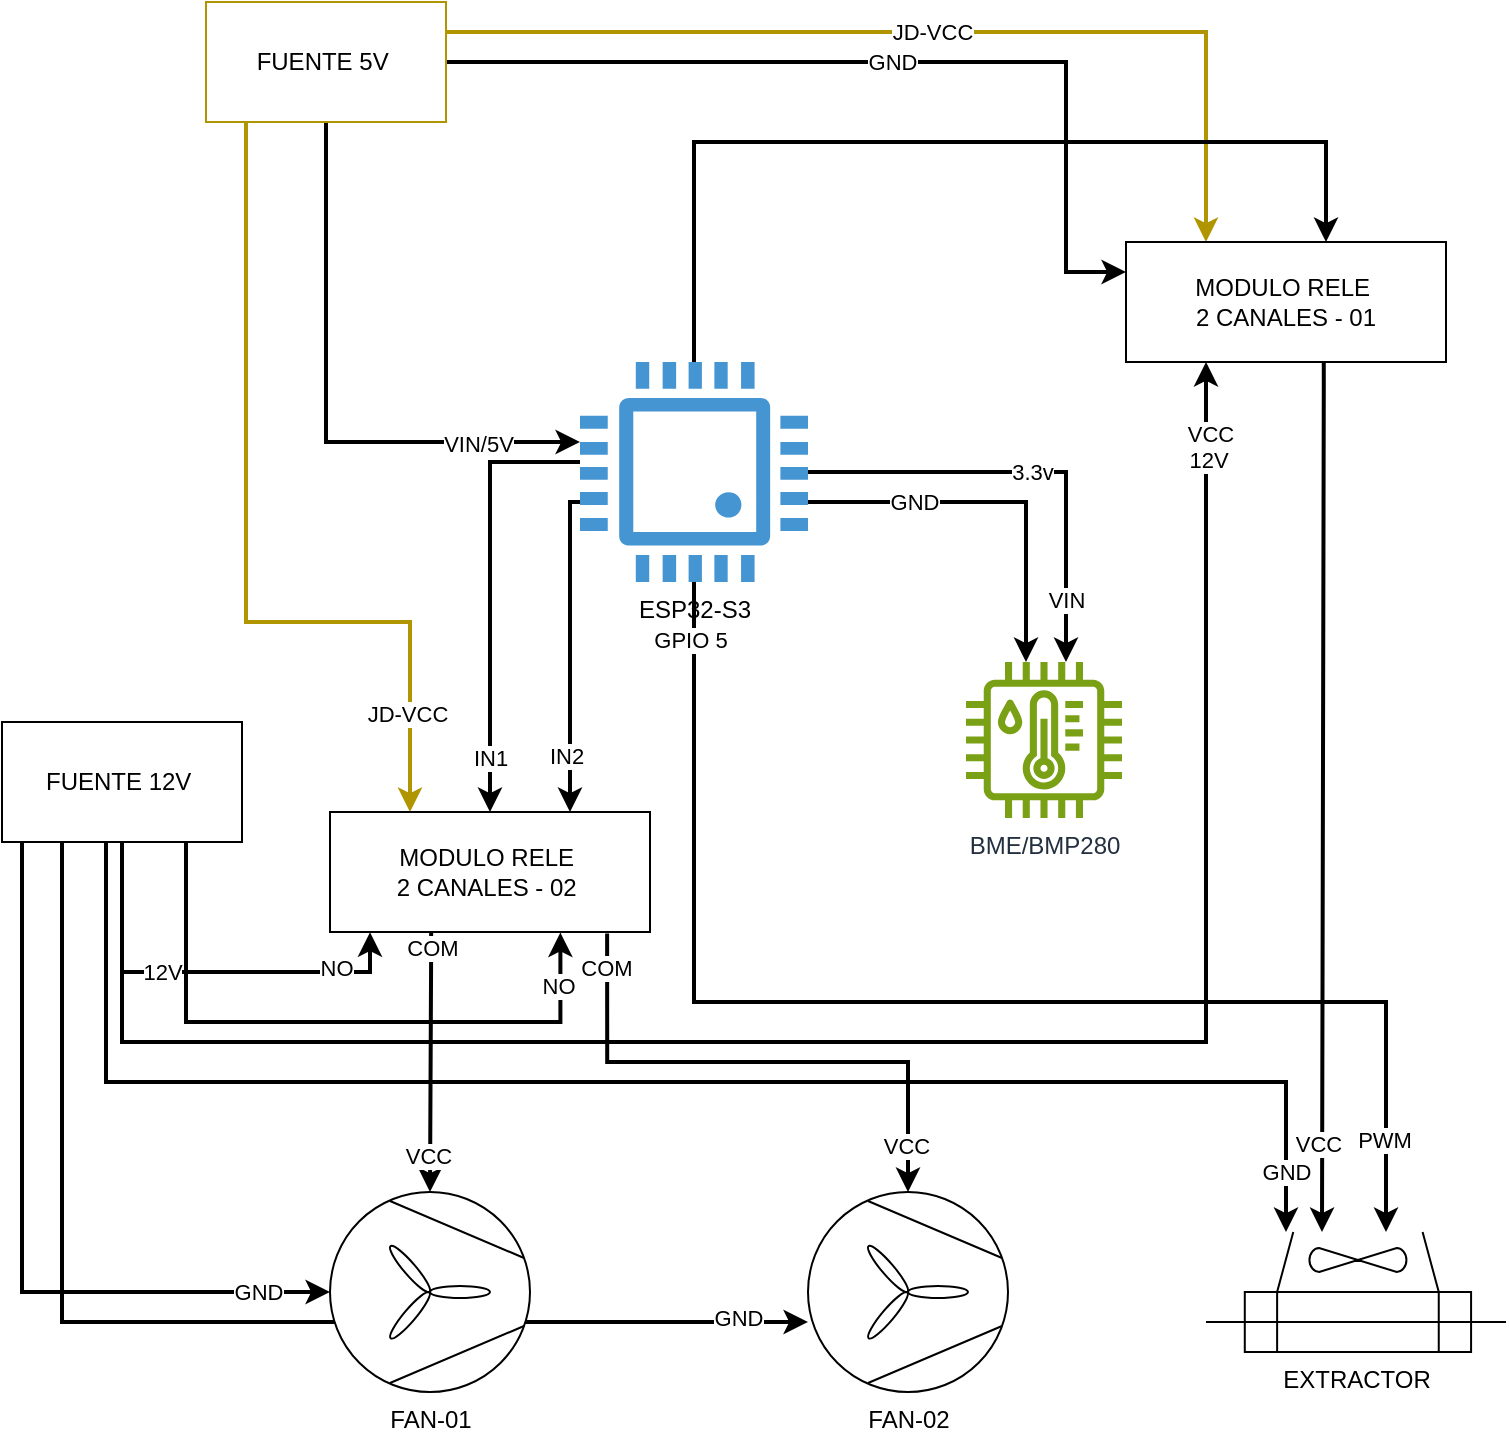
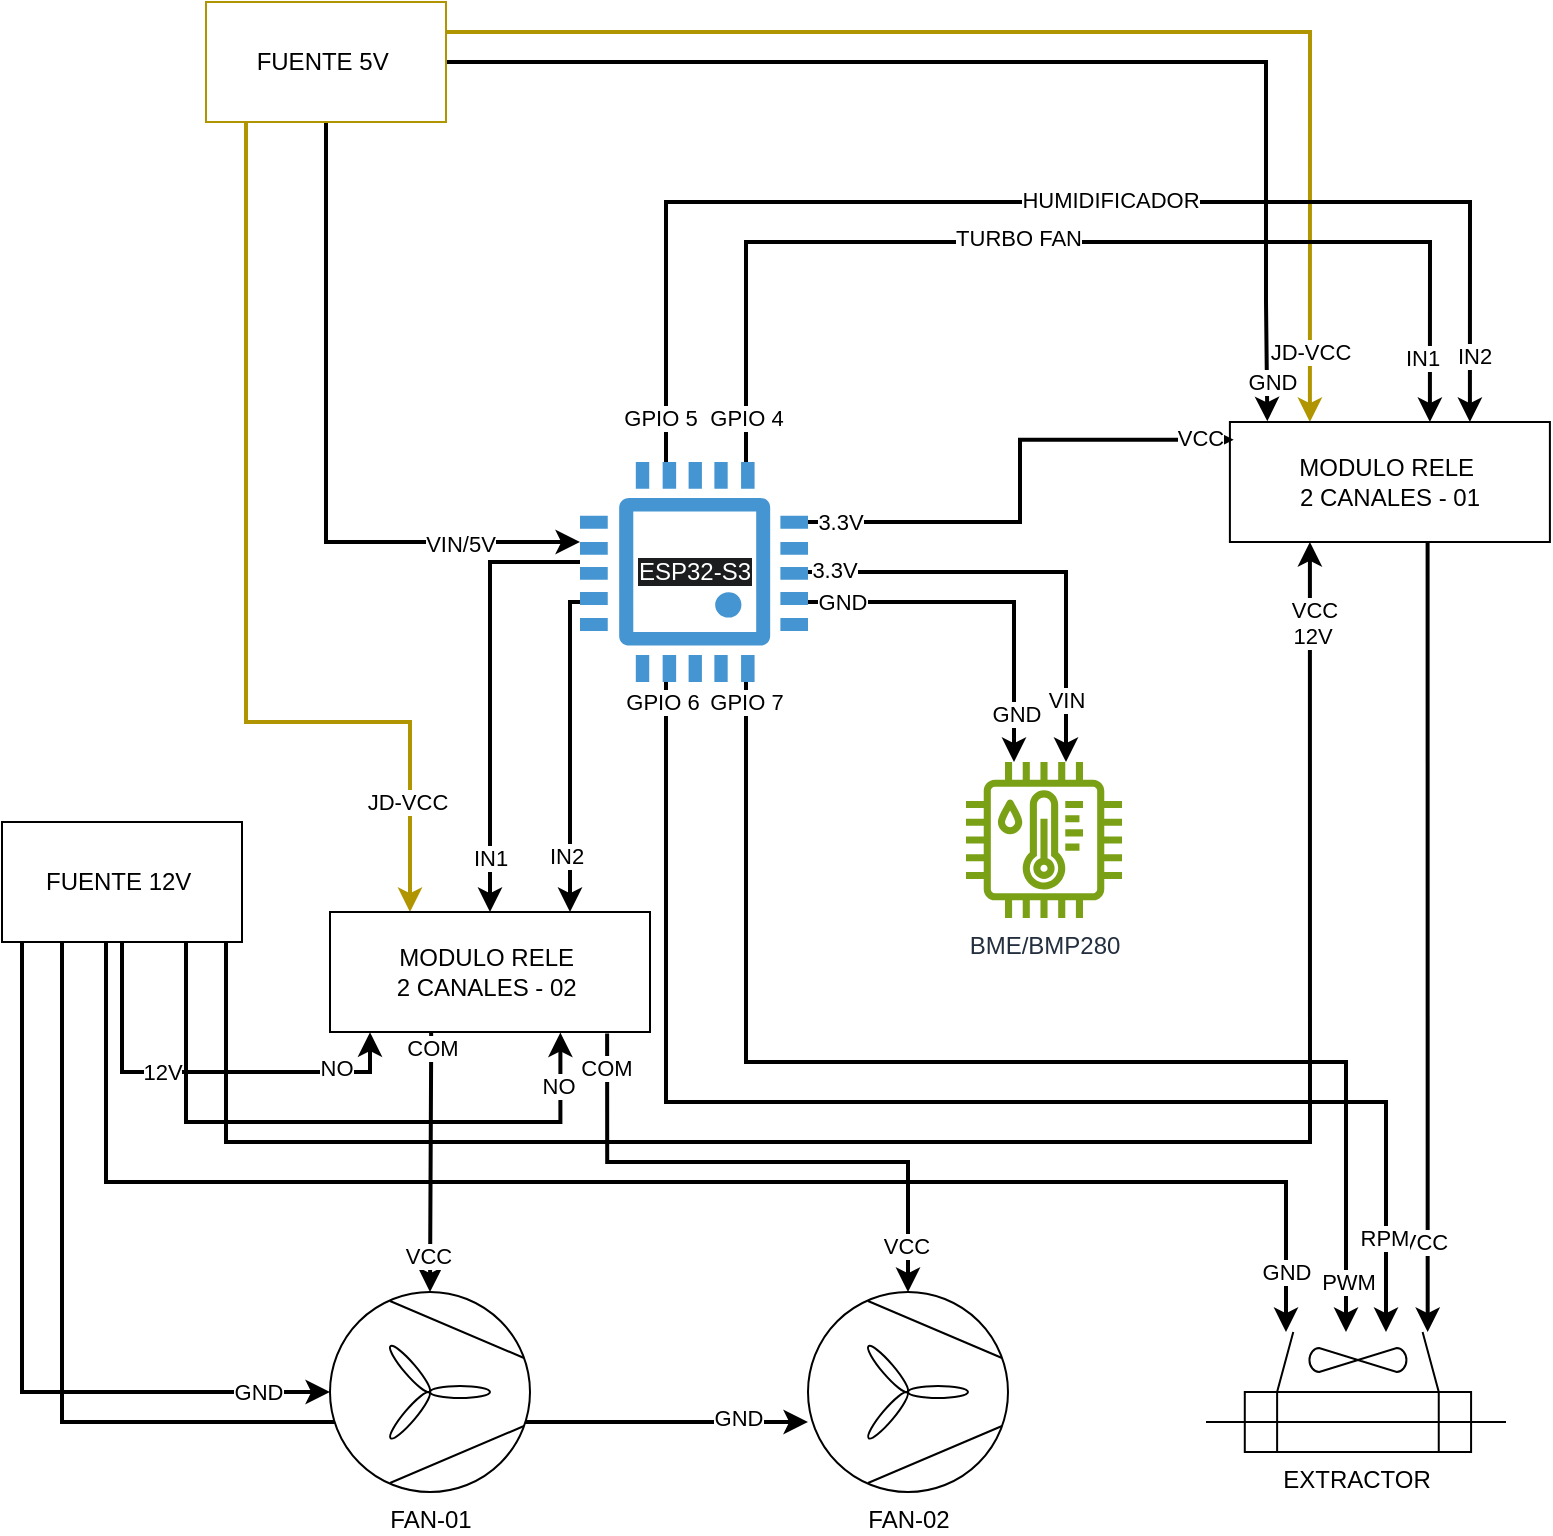
<mxfile host="app.diagrams.net">
  <diagram name="Página-1" id="koUn4hIdyBtjUtpu3TXn">
-     <mxGraphModel dx="1763" dy="513" grid="1" gridSize="10" guides="1" tooltips="1" connect="1" arrows="1" fold="1" page="1" pageScale="1" pageWidth="827" pageHeight="1169" math="0" shadow="0">
+     <mxGraphModel dx="1857" dy="564" grid="1" gridSize="10" guides="1" tooltips="1" connect="1" arrows="1" fold="1" page="1" pageScale="1" pageWidth="827" pageHeight="1169" math="0" shadow="0">
      <root>
        <mxCell id="0" />
        <mxCell id="1" parent="0" />
+         <mxCell id="JcPs1KeFLbjiR-1g2Z5X-6" edge="1" parent="1" source="JcPs1KeFLbjiR-1g2Z5X-1" style="edgeStyle=orthogonalEdgeStyle;rounded=0;orthogonalLoop=1;jettySize=auto;html=1;exitX=1;exitY=0.25;exitDx=0;exitDy=0;entryX=0.25;entryY=0;entryDx=0;entryDy=0;fillColor=#e3c800;strokeColor=light-dark(#B09500,#FFFF33);strokeWidth=2;" target="JcPs1KeFLbjiR-1g2Z5X-2" value="">
+           <mxGeometry relative="1" as="geometry">
+             <mxPoint x="251.95" y="185" as="sourcePoint" />
+           </mxGeometry>
+         </mxCell>
+         <mxCell id="-57AGY_NIGQAZNsNdCAg-20" connectable="0" parent="JcPs1KeFLbjiR-1g2Z5X-6" style="edgeLabel;html=1;align=center;verticalAlign=middle;resizable=0;points=[];" value="JD-VCC" vertex="1">
+           <mxGeometry relative="1" x="0.8871" as="geometry">
+             <mxPoint as="offset" />
+           </mxGeometry>
+         </mxCell>
+         <mxCell id="JcPs1KeFLbjiR-1g2Z5X-10" edge="1" parent="1" source="JcPs1KeFLbjiR-1g2Z5X-1" style="edgeStyle=orthogonalEdgeStyle;rounded=0;orthogonalLoop=1;jettySize=auto;html=1;entryX=0.117;entryY=-0.006;entryDx=0;entryDy=0;strokeWidth=2;exitX=1;exitY=0.5;exitDx=0;exitDy=0;entryPerimeter=0;" target="JcPs1KeFLbjiR-1g2Z5X-2" value="">
+           <mxGeometry relative="1" x="0.0006" as="geometry">
+             <mxPoint as="offset" />
+             <Array as="points">
+               <mxPoint x="610" y="150" />
+               <mxPoint x="610" y="270" />
+               <mxPoint x="611" y="270" />
+             </Array>
+             <mxPoint x="260" y="200" as="sourcePoint" />
+           </mxGeometry>
+         </mxCell>
+         <mxCell id="-57AGY_NIGQAZNsNdCAg-32" connectable="0" parent="JcPs1KeFLbjiR-1g2Z5X-10" style="edgeLabel;html=1;align=center;verticalAlign=middle;resizable=0;points=[];" value="GND" vertex="1">
+           <mxGeometry relative="1" x="0.9315" y="2" as="geometry">
+             <mxPoint as="offset" />
+           </mxGeometry>
+         </mxCell>
        <mxCell id="JcPs1KeFLbjiR-1g2Z5X-59" edge="1" parent="1" source="JcPs1KeFLbjiR-1g2Z5X-8" style="edgeStyle=orthogonalEdgeStyle;rounded=0;orthogonalLoop=1;jettySize=auto;html=1;entryX=0.72;entryY=1.005;entryDx=0;entryDy=0;entryPerimeter=0;strokeWidth=2;strokeColor=light-dark(#000000,#FF3333);" target="JcPs1KeFLbjiR-1g2Z5X-26">
          <mxGeometry relative="1" as="geometry">
            <Array as="points">
              <mxPoint x="70" y="680" />
              <mxPoint x="257" y="680" />
            </Array>
          </mxGeometry>
        </mxCell>
        <mxCell id="JcPs1KeFLbjiR-1g2Z5X-60" connectable="0" parent="JcPs1KeFLbjiR-1g2Z5X-59" style="edgeLabel;html=1;align=center;verticalAlign=middle;resizable=0;points=[];" value="NO" vertex="1">
          <mxGeometry relative="1" x="0.8369" y="1" as="geometry">
            <mxPoint as="offset" />
          </mxGeometry>
        </mxCell>
        <mxCell id="JcPs1KeFLbjiR-1g2Z5X-53" edge="1" parent="1" source="JcPs1KeFLbjiR-1g2Z5X-8" style="edgeStyle=orthogonalEdgeStyle;rounded=0;orthogonalLoop=1;jettySize=auto;html=1;exitX=0.25;exitY=1;exitDx=0;exitDy=0;strokeWidth=2;" target="JcPs1KeFLbjiR-1g2Z5X-51">
          <mxGeometry relative="1" as="geometry">
            <Array as="points">
              <mxPoint x="8" y="830" />
            </Array>
          </mxGeometry>
        </mxCell>
        <mxCell id="JcPs1KeFLbjiR-1g2Z5X-54" connectable="0" parent="JcPs1KeFLbjiR-1g2Z5X-53" style="edgeLabel;html=1;align=center;verticalAlign=middle;resizable=0;points=[];" value="GND" vertex="1">
          <mxGeometry relative="1" x="0.8845" y="2" as="geometry">
            <mxPoint as="offset" />
          </mxGeometry>
        </mxCell>
-         <mxCell id="JcPs1KeFLbjiR-1g2Z5X-6" edge="1" parent="1" source="JcPs1KeFLbjiR-1g2Z5X-1" style="edgeStyle=orthogonalEdgeStyle;rounded=0;orthogonalLoop=1;jettySize=auto;html=1;exitX=1;exitY=0.25;exitDx=0;exitDy=0;entryX=0.25;entryY=0;entryDx=0;entryDy=0;fillColor=#e3c800;strokeColor=light-dark(#B09500,#FFFF33);strokeWidth=2;" target="JcPs1KeFLbjiR-1g2Z5X-2" value="JD-VCC">
-           <mxGeometry relative="1" as="geometry" />
-         </mxCell>
-         <mxCell id="JcPs1KeFLbjiR-1g2Z5X-10" edge="1" parent="1" source="JcPs1KeFLbjiR-1g2Z5X-1" style="edgeStyle=orthogonalEdgeStyle;rounded=0;orthogonalLoop=1;jettySize=auto;html=1;entryX=0;entryY=0.25;entryDx=0;entryDy=0;strokeWidth=2;" target="JcPs1KeFLbjiR-1g2Z5X-2" value="GND">
-           <mxGeometry relative="1" as="geometry">
-             <Array as="points">
-               <mxPoint x="510" y="200" />
-               <mxPoint x="510" y="305" />
-             </Array>
-           </mxGeometry>
-         </mxCell>
        <mxCell id="JcPs1KeFLbjiR-1g2Z5X-13" edge="1" parent="1" source="JcPs1KeFLbjiR-1g2Z5X-1" style="edgeStyle=orthogonalEdgeStyle;rounded=0;orthogonalLoop=1;jettySize=auto;html=1;entryX=0;entryY=0.364;entryDx=0;entryDy=0;entryPerimeter=0;exitX=0.5;exitY=1;exitDx=0;exitDy=0;strokeColor=light-dark(#000000,#FF9933);strokeWidth=2;" target="JcPs1KeFLbjiR-1g2Z5X-11" value="">
          <mxGeometry relative="1" x="-0.0012" as="geometry">
            <mxPoint as="offset" />
          </mxGeometry>
        </mxCell>
        <mxCell id="JcPs1KeFLbjiR-1g2Z5X-43" connectable="0" parent="JcPs1KeFLbjiR-1g2Z5X-13" style="edgeLabel;html=1;align=center;verticalAlign=middle;resizable=0;points=[];" value="VIN/5V" vertex="1">
          <mxGeometry relative="1" x="0.6434" y="-1" as="geometry">
            <mxPoint as="offset" />
          </mxGeometry>
        </mxCell>
        <mxCell id="JcPs1KeFLbjiR-1g2Z5X-38" edge="1" parent="1" source="JcPs1KeFLbjiR-1g2Z5X-1" style="edgeStyle=orthogonalEdgeStyle;rounded=0;orthogonalLoop=1;jettySize=auto;html=1;entryX=0.25;entryY=0;entryDx=0;entryDy=0;strokeColor=light-dark(#B09500,#FFFF33);strokeWidth=2;" target="JcPs1KeFLbjiR-1g2Z5X-26">
          <mxGeometry relative="1" as="geometry">
            <Array as="points">
              <mxPoint x="100" y="480" />
              <mxPoint x="182" y="480" />
            </Array>
          </mxGeometry>
        </mxCell>
        <mxCell id="JcPs1KeFLbjiR-1g2Z5X-41" connectable="0" parent="JcPs1KeFLbjiR-1g2Z5X-38" style="edgeLabel;html=1;align=center;verticalAlign=middle;resizable=0;points=[];" value="JD-VCC&amp;nbsp;" vertex="1">
          <mxGeometry relative="1" x="0.7674" as="geometry">
            <mxPoint as="offset" />
          </mxGeometry>
        </mxCell>
        <mxCell id="JcPs1KeFLbjiR-1g2Z5X-1" parent="1" style="rounded=0;whiteSpace=wrap;html=1;fillColor=none;fontColor=#000000;strokeColor=#B09500;" value="FUENTE 5V&amp;nbsp;" vertex="1">
-           <mxGeometry height="60" width="120" x="80" y="170" as="geometry" />
-         </mxCell>
-         <mxCell id="-57AGY_NIGQAZNsNdCAg-9" edge="1" parent="1" source="JcPs1KeFLbjiR-1g2Z5X-2" style="edgeStyle=orthogonalEdgeStyle;rounded=0;orthogonalLoop=1;jettySize=auto;html=1;strokeColor=light-dark(#000000,#FF3333);strokeWidth=2;exitX=0.618;exitY=1;exitDx=0;exitDy=0;exitPerimeter=0;" target="-57AGY_NIGQAZNsNdCAg-3">
-           <mxGeometry relative="1" as="geometry">
-             <Array as="points">
-               <mxPoint x="639" y="360" />
-               <mxPoint x="638" y="360" />
-             </Array>
+           <mxGeometry height="60" width="120" x="80" y="120" as="geometry" />
+         </mxCell>
+         <mxCell id="-57AGY_NIGQAZNsNdCAg-9" edge="1" parent="1" source="JcPs1KeFLbjiR-1g2Z5X-2" style="edgeStyle=orthogonalEdgeStyle;rounded=0;orthogonalLoop=1;jettySize=auto;html=1;strokeColor=light-dark(#000000,#FF3333);strokeWidth=2;exitX=0.618;exitY=1;exitDx=0;exitDy=0;exitPerimeter=0;">
+           <mxGeometry relative="1" as="geometry">
+             <Array as="points">
+               <mxPoint x="690.95" y="360" />
+               <mxPoint x="689.95" y="360" />
+             </Array>
+             <mxPoint x="690.8447368421055" y="785" as="targetPoint" />
          </mxGeometry>
        </mxCell>
        <mxCell id="-57AGY_NIGQAZNsNdCAg-10" connectable="0" parent="-57AGY_NIGQAZNsNdCAg-9" style="edgeLabel;html=1;align=center;verticalAlign=middle;resizable=0;points=[];" value="VCC" vertex="1">
          <mxGeometry relative="1" x="0.8878" y="-2" as="geometry">
            <mxPoint y="-20" as="offset" />
          </mxGeometry>
        </mxCell>
-         <mxCell id="JcPs1KeFLbjiR-1g2Z5X-2" parent="1" style="rounded=0;whiteSpace=wrap;html=1;" value="MODULO RELE&amp;nbsp;&lt;div&gt;2 CANALES - 01&lt;/div&gt;" vertex="1">
-           <mxGeometry height="60" width="160" x="540" y="290" as="geometry" />
+         <mxCell id="JcPs1KeFLbjiR-1g2Z5X-2" parent="1" style="rounded=0;whiteSpace=wrap;html=1;strokeColor=light-dark(#000000,#0066CC);" value="MODULO RELE&amp;nbsp;&lt;div&gt;2 CANALES - 01&lt;/div&gt;" vertex="1">
+           <mxGeometry height="60" width="160" x="591.95" y="330" as="geometry" />
        </mxCell>
        <mxCell id="JcPs1KeFLbjiR-1g2Z5X-7" parent="1" style="verticalLabelPosition=bottom;outlineConnect=0;align=center;dashed=0;html=1;verticalAlign=top;shape=mxgraph.pid.misc.fan;" value="FAN-01" vertex="1">
          <mxGeometry height="100" width="100" x="142" y="765" as="geometry" />
        </mxCell>
        <mxCell id="JcPs1KeFLbjiR-1g2Z5X-27" edge="1" parent="1" source="JcPs1KeFLbjiR-1g2Z5X-8" style="edgeStyle=orthogonalEdgeStyle;rounded=0;orthogonalLoop=1;jettySize=auto;html=1;entryX=0.128;entryY=1.001;entryDx=0;entryDy=0;strokeColor=light-dark(#000000,#FF3333);strokeWidth=2;entryPerimeter=0;" target="JcPs1KeFLbjiR-1g2Z5X-26">
          <mxGeometry relative="1" as="geometry">
            <Array as="points">
              <mxPoint x="38" y="655" />
              <mxPoint x="162" y="655" />
              <mxPoint x="162" y="635" />
            </Array>
          </mxGeometry>
        </mxCell>
        <mxCell id="JcPs1KeFLbjiR-1g2Z5X-30" connectable="0" parent="JcPs1KeFLbjiR-1g2Z5X-27" style="edgeLabel;html=1;align=center;verticalAlign=middle;resizable=0;points=[];" value="NO" vertex="1">
          <mxGeometry relative="1" x="0.5968" as="geometry">
            <mxPoint x="5" y="-2" as="offset" />
          </mxGeometry>
        </mxCell>
        <mxCell id="JcPs1KeFLbjiR-1g2Z5X-31" connectable="0" parent="JcPs1KeFLbjiR-1g2Z5X-27" style="edgeLabel;html=1;align=center;verticalAlign=middle;resizable=0;points=[];" value="12V" vertex="1">
          <mxGeometry relative="1" x="-0.1892" as="geometry">
            <mxPoint as="offset" />
          </mxGeometry>
        </mxCell>
        <mxCell id="-57AGY_NIGQAZNsNdCAg-4" edge="1" parent="1" source="JcPs1KeFLbjiR-1g2Z5X-8" style="edgeStyle=orthogonalEdgeStyle;rounded=0;orthogonalLoop=1;jettySize=auto;html=1;strokeWidth=2;" target="-57AGY_NIGQAZNsNdCAg-3">
          <mxGeometry relative="1" as="geometry">
            <Array as="points">
              <mxPoint x="30" y="710" />
              <mxPoint x="620" y="710" />
            </Array>
          </mxGeometry>
        </mxCell>
        <mxCell id="-57AGY_NIGQAZNsNdCAg-5" connectable="0" parent="-57AGY_NIGQAZNsNdCAg-4" style="edgeLabel;html=1;align=center;verticalAlign=middle;resizable=0;points=[];" value="GND" vertex="1">
          <mxGeometry relative="1" x="0.9221" as="geometry">
            <mxPoint as="offset" />
          </mxGeometry>
        </mxCell>
        <mxCell id="-57AGY_NIGQAZNsNdCAg-6" edge="1" parent="1" source="JcPs1KeFLbjiR-1g2Z5X-8" style="edgeStyle=orthogonalEdgeStyle;rounded=0;orthogonalLoop=1;jettySize=auto;html=1;strokeColor=light-dark(#000000,#FF3333);strokeWidth=2;entryX=0.25;entryY=1;entryDx=0;entryDy=0;" target="JcPs1KeFLbjiR-1g2Z5X-2">
          <mxGeometry relative="1" as="geometry">
            <Array as="points">
-               <mxPoint x="38" y="690" />
-               <mxPoint x="580" y="690" />
-             </Array>
+               <mxPoint x="90" y="690" />
+               <mxPoint x="632" y="690" />
+             </Array>
+             <mxPoint x="90.00263157894729" y="590" as="sourcePoint" />
          </mxGeometry>
        </mxCell>
        <mxCell id="-57AGY_NIGQAZNsNdCAg-8" connectable="0" parent="-57AGY_NIGQAZNsNdCAg-6" style="edgeLabel;html=1;align=center;verticalAlign=middle;resizable=0;points=[];" value="VCC" vertex="1">
          <mxGeometry relative="1" x="0.9273" y="-2" as="geometry">
            <mxPoint as="offset" />
          </mxGeometry>
        </mxCell>
        <mxCell id="-57AGY_NIGQAZNsNdCAg-11" connectable="0" parent="-57AGY_NIGQAZNsNdCAg-6" style="edgeLabel;html=1;align=center;verticalAlign=middle;resizable=0;points=[];" value="12V" vertex="1">
          <mxGeometry relative="1" x="0.9012" y="-1" as="geometry">
            <mxPoint as="offset" />
          </mxGeometry>
        </mxCell>
        <mxCell id="JcPs1KeFLbjiR-1g2Z5X-8" parent="1" style="rounded=0;whiteSpace=wrap;html=1;" value="FUENTE 12V&amp;nbsp;" vertex="1">
          <mxGeometry height="60" width="120" x="-22" y="530" as="geometry" />
        </mxCell>
-         <mxCell id="JcPs1KeFLbjiR-1g2Z5X-17" edge="1" parent="1" source="JcPs1KeFLbjiR-1g2Z5X-11" style="edgeStyle=orthogonalEdgeStyle;rounded=0;orthogonalLoop=1;jettySize=auto;html=1;strokeColor=light-dark(#000000,#FF9933);startSize=6;strokeWidth=2;" target="JcPs1KeFLbjiR-1g2Z5X-16" value="3.3v">
-           <mxGeometry relative="1" as="geometry">
+         <mxCell id="JcPs1KeFLbjiR-1g2Z5X-17" edge="1" parent="1" source="JcPs1KeFLbjiR-1g2Z5X-11" style="edgeStyle=orthogonalEdgeStyle;rounded=0;orthogonalLoop=1;jettySize=auto;html=1;strokeColor=light-dark(#000000,#FF9933);startSize=6;strokeWidth=2;" target="JcPs1KeFLbjiR-1g2Z5X-16" value="">
+           <mxGeometry relative="1" x="-0.0026" as="geometry">
+             <mxPoint as="offset" />
            <Array as="points">
              <mxPoint x="510" y="405" />
            </Array>
          </mxGeometry>
        </mxCell>
        <mxCell id="JcPs1KeFLbjiR-1g2Z5X-18" connectable="0" parent="JcPs1KeFLbjiR-1g2Z5X-17" style="edgeLabel;html=1;align=center;verticalAlign=middle;resizable=0;points=[];" value="VIN" vertex="1">
          <mxGeometry relative="1" x="0.7232" as="geometry">
            <mxPoint as="offset" />
          </mxGeometry>
        </mxCell>
+         <mxCell id="-57AGY_NIGQAZNsNdCAg-39" connectable="0" parent="JcPs1KeFLbjiR-1g2Z5X-17" style="edgeLabel;html=1;align=center;verticalAlign=middle;resizable=0;points=[];" value="3.3V" vertex="1">
+           <mxGeometry relative="1" x="-0.8873" y="1" as="geometry">
+             <mxPoint as="offset" />
+           </mxGeometry>
+         </mxCell>
        <mxCell id="JcPs1KeFLbjiR-1g2Z5X-21" edge="1" parent="1" source="JcPs1KeFLbjiR-1g2Z5X-11" style="edgeStyle=orthogonalEdgeStyle;rounded=0;orthogonalLoop=1;jettySize=auto;html=1;strokeWidth=2;" target="JcPs1KeFLbjiR-1g2Z5X-16">
          <mxGeometry relative="1" as="geometry">
            <Array as="points">
-               <mxPoint x="490" y="420" />
+               <mxPoint x="484" y="420" />
            </Array>
          </mxGeometry>
        </mxCell>
        <mxCell id="JcPs1KeFLbjiR-1g2Z5X-23" connectable="0" parent="JcPs1KeFLbjiR-1g2Z5X-21" style="edgeLabel;html=1;align=center;verticalAlign=middle;resizable=0;points=[];" value="GND" vertex="1">
          <mxGeometry relative="1" x="-0.4403" as="geometry">
+             <mxPoint x="-34" as="offset" />
+           </mxGeometry>
+         </mxCell>
+         <mxCell id="-57AGY_NIGQAZNsNdCAg-40" connectable="0" parent="JcPs1KeFLbjiR-1g2Z5X-21" style="edgeLabel;html=1;align=center;verticalAlign=middle;resizable=0;points=[];" value="GND" vertex="1">
+           <mxGeometry relative="1" x="0.7311" y="1" as="geometry">
            <mxPoint as="offset" />
          </mxGeometry>
        </mxCell>
        <mxCell id="JcPs1KeFLbjiR-1g2Z5X-44" edge="1" parent="1" source="JcPs1KeFLbjiR-1g2Z5X-11" style="edgeStyle=orthogonalEdgeStyle;rounded=0;orthogonalLoop=1;jettySize=auto;html=1;strokeColor=light-dark(#000000,#00CCCC);strokeWidth=2;entryX=0.5;entryY=0;entryDx=0;entryDy=0;" target="JcPs1KeFLbjiR-1g2Z5X-26">
          <mxGeometry relative="1" as="geometry">
            <Array as="points">
              <mxPoint x="222" y="400" />
            </Array>
            <mxPoint x="257" y="400.0044827586207" as="sourcePoint" />
            <mxPoint x="210" y="559.97" as="targetPoint" />
          </mxGeometry>
        </mxCell>
        <mxCell id="JcPs1KeFLbjiR-1g2Z5X-46" connectable="0" parent="JcPs1KeFLbjiR-1g2Z5X-44" style="edgeLabel;html=1;align=center;verticalAlign=middle;resizable=0;points=[];" value="IN1" vertex="1">
          <mxGeometry relative="1" x="0.7496" as="geometry">
            <mxPoint as="offset" />
          </mxGeometry>
        </mxCell>
        <mxCell id="JcPs1KeFLbjiR-1g2Z5X-48" edge="1" parent="1" source="JcPs1KeFLbjiR-1g2Z5X-11" style="edgeStyle=orthogonalEdgeStyle;rounded=0;orthogonalLoop=1;jettySize=auto;html=1;entryX=0.75;entryY=0;entryDx=0;entryDy=0;strokeColor=light-dark(#000000,#00CCCC);strokeWidth=2;" target="JcPs1KeFLbjiR-1g2Z5X-26">
          <mxGeometry relative="1" as="geometry">
            <Array as="points">
              <mxPoint x="262" y="420" />
            </Array>
          </mxGeometry>
        </mxCell>
        <mxCell id="JcPs1KeFLbjiR-1g2Z5X-49" connectable="0" parent="JcPs1KeFLbjiR-1g2Z5X-48" style="edgeLabel;html=1;align=center;verticalAlign=middle;resizable=0;points=[];" value="IN2" vertex="1">
          <mxGeometry relative="1" x="0.6508" y="-2" as="geometry">
            <mxPoint as="offset" />
          </mxGeometry>
        </mxCell>
        <mxCell id="-57AGY_NIGQAZNsNdCAg-12" edge="1" parent="1" source="JcPs1KeFLbjiR-1g2Z5X-11" style="edgeStyle=orthogonalEdgeStyle;rounded=0;orthogonalLoop=1;jettySize=auto;html=1;strokeColor=light-dark(#000000,#80FF00);strokeWidth=2;" target="-57AGY_NIGQAZNsNdCAg-3">
          <mxGeometry relative="1" as="geometry">
            <Array as="points">
-               <mxPoint x="324" y="670" />
+               <mxPoint x="310" y="670" />
              <mxPoint x="670" y="670" />
            </Array>
          </mxGeometry>
        </mxCell>
-         <mxCell id="-57AGY_NIGQAZNsNdCAg-15" connectable="0" parent="-57AGY_NIGQAZNsNdCAg-12" style="edgeLabel;html=1;align=center;verticalAlign=middle;resizable=0;points=[];" value="PWM" vertex="1">
+         <mxCell id="-57AGY_NIGQAZNsNdCAg-15" connectable="0" parent="-57AGY_NIGQAZNsNdCAg-12" style="edgeLabel;html=1;align=center;verticalAlign=middle;resizable=0;points=[];" value="RPM" vertex="1">
          <mxGeometry relative="1" x="0.8651" y="-1" as="geometry">
            <mxPoint y="-1" as="offset" />
          </mxGeometry>
        </mxCell>
-         <mxCell id="-57AGY_NIGQAZNsNdCAg-16" connectable="0" parent="-57AGY_NIGQAZNsNdCAg-12" style="edgeLabel;html=1;align=center;verticalAlign=middle;resizable=0;points=[];" value="GPIO 5" vertex="1">
+         <mxCell id="-57AGY_NIGQAZNsNdCAg-16" connectable="0" parent="-57AGY_NIGQAZNsNdCAg-12" style="edgeLabel;html=1;align=center;verticalAlign=middle;resizable=0;points=[];" value="GPIO 6" vertex="1">
          <mxGeometry relative="1" x="-0.9151" y="-1" as="geometry">
-             <mxPoint x="-1" as="offset" />
-           </mxGeometry>
-         </mxCell>
-         <mxCell id="-57AGY_NIGQAZNsNdCAg-17" edge="1" parent="1" source="JcPs1KeFLbjiR-1g2Z5X-11" style="edgeStyle=orthogonalEdgeStyle;rounded=0;orthogonalLoop=1;jettySize=auto;html=1;entryX=0.625;entryY=0;entryDx=0;entryDy=0;entryPerimeter=0;strokeWidth=2;strokeColor=light-dark(#000000,#00CC66);" target="JcPs1KeFLbjiR-1g2Z5X-2">
-           <mxGeometry relative="1" as="geometry">
-             <Array as="points">
-               <mxPoint x="324" y="240" />
-               <mxPoint x="640" y="240" />
-             </Array>
-           </mxGeometry>
-         </mxCell>
-         <mxCell id="JcPs1KeFLbjiR-1g2Z5X-11" parent="1" style="pointerEvents=1;shadow=0;dashed=0;html=1;strokeColor=none;fillColor=#4495D1;labelPosition=center;verticalLabelPosition=bottom;verticalAlign=top;align=center;outlineConnect=0;shape=mxgraph.veeam.cpu;gradientColor=none;" value="ESP32-S3" vertex="1">
-           <mxGeometry height="110" width="114" x="267" y="350" as="geometry" />
+             <mxPoint x="-1" y="-19" as="offset" />
+           </mxGeometry>
        </mxCell>
        <mxCell id="JcPs1KeFLbjiR-1g2Z5X-16" parent="1" style="sketch=0;outlineConnect=0;fontColor=#232F3E;gradientColor=none;fillColor=#7AA116;strokeColor=none;dashed=0;verticalLabelPosition=bottom;verticalAlign=top;align=center;html=1;fontSize=12;fontStyle=0;aspect=fixed;pointerEvents=1;shape=mxgraph.aws4.iot_thing_temperature_humidity_sensor;" value="BME/BMP280" vertex="1">
          <mxGeometry height="78" width="78" x="460" y="500" as="geometry" />
        </mxCell>
        <mxCell id="JcPs1KeFLbjiR-1g2Z5X-24" edge="1" parent="1" source="JcPs1KeFLbjiR-1g2Z5X-8" style="edgeStyle=orthogonalEdgeStyle;rounded=0;orthogonalLoop=1;jettySize=auto;html=1;strokeWidth=2;" target="JcPs1KeFLbjiR-1g2Z5X-7">
          <mxGeometry relative="1" as="geometry">
            <Array as="points">
              <mxPoint x="-12" y="815" />
            </Array>
          </mxGeometry>
        </mxCell>
        <mxCell id="JcPs1KeFLbjiR-1g2Z5X-33" connectable="0" parent="JcPs1KeFLbjiR-1g2Z5X-24" style="edgeLabel;html=1;align=center;verticalAlign=middle;resizable=0;points=[];" value="GND" vertex="1">
          <mxGeometry relative="1" x="0.8091" y="1" as="geometry">
            <mxPoint y="1" as="offset" />
          </mxGeometry>
        </mxCell>
        <mxCell id="JcPs1KeFLbjiR-1g2Z5X-29" edge="1" parent="1" source="JcPs1KeFLbjiR-1g2Z5X-26" style="edgeStyle=orthogonalEdgeStyle;rounded=0;orthogonalLoop=1;jettySize=auto;html=1;strokeColor=light-dark(#000000,#FF3333);strokeWidth=2;exitX=0.316;exitY=0.985;exitDx=0;exitDy=0;exitPerimeter=0;" target="JcPs1KeFLbjiR-1g2Z5X-7">
          <mxGeometry relative="1" as="geometry">
            <Array as="points">
              <mxPoint x="193" y="640" />
              <mxPoint x="192" y="640" />
            </Array>
          </mxGeometry>
        </mxCell>
        <mxCell id="JcPs1KeFLbjiR-1g2Z5X-32" connectable="0" parent="JcPs1KeFLbjiR-1g2Z5X-29" style="edgeLabel;html=1;align=center;verticalAlign=middle;resizable=0;points=[];" value="COM" vertex="1">
          <mxGeometry relative="1" x="-0.8187" y="-2" as="geometry">
            <mxPoint x="3" y="-3" as="offset" />
          </mxGeometry>
        </mxCell>
        <mxCell id="JcPs1KeFLbjiR-1g2Z5X-56" connectable="0" parent="JcPs1KeFLbjiR-1g2Z5X-29" style="edgeLabel;html=1;align=center;verticalAlign=middle;resizable=0;points=[];" value="VCC" vertex="1">
          <mxGeometry relative="1" x="0.7155" y="-1" as="geometry">
            <mxPoint as="offset" />
          </mxGeometry>
        </mxCell>
        <mxCell id="JcPs1KeFLbjiR-1g2Z5X-26" parent="1" style="rounded=0;whiteSpace=wrap;html=1;" value="MODULO RELE&amp;nbsp;&lt;div&gt;2 CANALES - 02&amp;nbsp;&lt;/div&gt;" vertex="1">
          <mxGeometry height="60" width="160" x="142" y="575" as="geometry" />
        </mxCell>
        <mxCell id="JcPs1KeFLbjiR-1g2Z5X-51" parent="1" style="verticalLabelPosition=bottom;outlineConnect=0;align=center;dashed=0;html=1;verticalAlign=top;shape=mxgraph.pid.misc.fan;" value="FAN-02" vertex="1">
          <mxGeometry height="100" width="100" x="381" y="765" as="geometry" />
        </mxCell>
        <mxCell id="JcPs1KeFLbjiR-1g2Z5X-55" edge="1" parent="1" source="JcPs1KeFLbjiR-1g2Z5X-26" style="edgeStyle=orthogonalEdgeStyle;rounded=0;orthogonalLoop=1;jettySize=auto;html=1;exitX=0.866;exitY=1.012;exitDx=0;exitDy=0;exitPerimeter=0;strokeColor=light-dark(#000000,#FF3333);strokeWidth=2;" target="JcPs1KeFLbjiR-1g2Z5X-51">
          <mxGeometry relative="1" as="geometry" />
        </mxCell>
        <mxCell id="JcPs1KeFLbjiR-1g2Z5X-57" connectable="0" parent="JcPs1KeFLbjiR-1g2Z5X-55" style="edgeLabel;html=1;align=center;verticalAlign=middle;resizable=0;points=[];" value="VCC" vertex="1">
          <mxGeometry relative="1" x="0.8346" y="-1" as="geometry">
            <mxPoint as="offset" />
          </mxGeometry>
        </mxCell>
        <mxCell id="JcPs1KeFLbjiR-1g2Z5X-58" connectable="0" parent="JcPs1KeFLbjiR-1g2Z5X-55" style="edgeLabel;html=1;align=center;verticalAlign=middle;resizable=0;points=[];" value="COM" vertex="1">
          <mxGeometry relative="1" x="-0.8794" y="-1" as="geometry">
            <mxPoint as="offset" />
          </mxGeometry>
        </mxCell>
        <mxCell id="-57AGY_NIGQAZNsNdCAg-3" parent="1" style="verticalLabelPosition=bottom;outlineConnect=0;align=center;dashed=0;html=1;verticalAlign=top;shape=mxgraph.pid.misc.induced_flow_air_cooler;" value="EXTRACTOR" vertex="1">
          <mxGeometry height="60" width="150" x="580" y="785" as="geometry" />
+         </mxCell>
+         <mxCell id="-57AGY_NIGQAZNsNdCAg-17" edge="1" parent="1" source="JcPs1KeFLbjiR-1g2Z5X-11" style="edgeStyle=orthogonalEdgeStyle;rounded=0;orthogonalLoop=1;jettySize=auto;html=1;entryX=0.625;entryY=0;entryDx=0;entryDy=0;entryPerimeter=0;strokeWidth=2;strokeColor=light-dark(#000000,#00CC66);" target="JcPs1KeFLbjiR-1g2Z5X-2">
+           <mxGeometry relative="1" as="geometry">
+             <Array as="points">
+               <mxPoint x="350" y="240" />
+               <mxPoint x="692" y="240" />
+             </Array>
+             <mxPoint x="376.0026315789475" y="350" as="sourcePoint" />
+           </mxGeometry>
+         </mxCell>
+         <mxCell id="-57AGY_NIGQAZNsNdCAg-18" connectable="0" parent="-57AGY_NIGQAZNsNdCAg-17" style="edgeLabel;html=1;align=center;verticalAlign=middle;resizable=0;points=[];" value="GPIO 4" vertex="1">
+           <mxGeometry relative="1" x="-0.9186" as="geometry">
+             <mxPoint as="offset" />
+           </mxGeometry>
+         </mxCell>
+         <mxCell id="-57AGY_NIGQAZNsNdCAg-21" connectable="0" parent="-57AGY_NIGQAZNsNdCAg-17" style="edgeLabel;html=1;align=center;verticalAlign=middle;resizable=0;points=[];" value="IN1" vertex="1">
+           <mxGeometry relative="1" x="0.8792" y="-4" as="geometry">
+             <mxPoint as="offset" />
+           </mxGeometry>
+         </mxCell>
+         <mxCell id="-57AGY_NIGQAZNsNdCAg-29" connectable="0" parent="-57AGY_NIGQAZNsNdCAg-17" style="edgeLabel;html=1;align=center;verticalAlign=middle;resizable=0;points=[];" value="TURBO FAN" vertex="1">
+           <mxGeometry relative="1" x="-0.0966" y="2" as="geometry">
+             <mxPoint x="1" as="offset" />
+           </mxGeometry>
+         </mxCell>
+         <mxCell id="-57AGY_NIGQAZNsNdCAg-22" edge="1" parent="1" source="JcPs1KeFLbjiR-1g2Z5X-11" style="edgeStyle=orthogonalEdgeStyle;rounded=0;orthogonalLoop=1;jettySize=auto;html=1;entryX=0.75;entryY=0;entryDx=0;entryDy=0;strokeColor=light-dark(#000000,#00CC66);strokeWidth=2;" target="JcPs1KeFLbjiR-1g2Z5X-2">
+           <mxGeometry relative="1" as="geometry">
+             <Array as="points">
+               <mxPoint x="310" y="220" />
+               <mxPoint x="712" y="220" />
+             </Array>
+           </mxGeometry>
+         </mxCell>
+         <mxCell id="-57AGY_NIGQAZNsNdCAg-25" connectable="0" parent="-57AGY_NIGQAZNsNdCAg-22" style="edgeLabel;html=1;align=center;verticalAlign=middle;resizable=0;points=[];" value="IN2" vertex="1">
+           <mxGeometry relative="1" x="0.8969" y="2" as="geometry">
+             <mxPoint as="offset" />
+           </mxGeometry>
+         </mxCell>
+         <mxCell id="-57AGY_NIGQAZNsNdCAg-27" connectable="0" parent="-57AGY_NIGQAZNsNdCAg-22" style="edgeLabel;html=1;align=center;verticalAlign=middle;resizable=0;points=[];" value="GPIO 5" vertex="1">
+           <mxGeometry relative="1" x="-0.9302" y="3" as="geometry">
+             <mxPoint as="offset" />
+           </mxGeometry>
+         </mxCell>
+         <mxCell id="-57AGY_NIGQAZNsNdCAg-31" connectable="0" parent="-57AGY_NIGQAZNsNdCAg-22" style="edgeLabel;html=1;align=center;verticalAlign=middle;resizable=0;points=[];" value="HUMIDIFICADOR" vertex="1">
+           <mxGeometry relative="1" x="0.0939" y="1" as="geometry">
+             <mxPoint x="1" as="offset" />
+           </mxGeometry>
+         </mxCell>
+         <mxCell id="-57AGY_NIGQAZNsNdCAg-33" edge="1" parent="1" source="JcPs1KeFLbjiR-1g2Z5X-11" style="edgeStyle=orthogonalEdgeStyle;rounded=0;orthogonalLoop=1;jettySize=auto;html=1;entryX=0.012;entryY=0.148;entryDx=0;entryDy=0;entryPerimeter=0;strokeWidth=2;strokeColor=light-dark(#000000,#FF9933);" target="JcPs1KeFLbjiR-1g2Z5X-2">
+           <mxGeometry relative="1" as="geometry">
+             <Array as="points">
+               <mxPoint x="487" y="380" />
+               <mxPoint x="487" y="339" />
+             </Array>
+           </mxGeometry>
+         </mxCell>
+         <mxCell id="-57AGY_NIGQAZNsNdCAg-34" connectable="0" parent="-57AGY_NIGQAZNsNdCAg-33" style="edgeLabel;html=1;align=center;verticalAlign=middle;resizable=0;points=[];" value="VCC" vertex="1">
+           <mxGeometry relative="1" x="0.8677" y="1" as="geometry">
+             <mxPoint as="offset" />
+           </mxGeometry>
+         </mxCell>
+         <mxCell id="-57AGY_NIGQAZNsNdCAg-36" connectable="0" parent="-57AGY_NIGQAZNsNdCAg-33" style="edgeLabel;html=1;align=center;verticalAlign=middle;resizable=0;points=[];" value="3.3V" vertex="1">
+           <mxGeometry relative="1" x="-0.8735" as="geometry">
+             <mxPoint as="offset" />
+           </mxGeometry>
+         </mxCell>
+         <mxCell id="-57AGY_NIGQAZNsNdCAg-41" edge="1" parent="1" source="JcPs1KeFLbjiR-1g2Z5X-11" style="edgeStyle=orthogonalEdgeStyle;rounded=0;orthogonalLoop=1;jettySize=auto;html=1;strokeColor=light-dark(#000000,#0066CC);strokeWidth=2;" target="-57AGY_NIGQAZNsNdCAg-3">
+           <mxGeometry relative="1" as="geometry">
+             <Array as="points">
+               <mxPoint x="350" y="650" />
+               <mxPoint x="650" y="650" />
+             </Array>
+           </mxGeometry>
+         </mxCell>
+         <mxCell id="-57AGY_NIGQAZNsNdCAg-42" connectable="0" parent="-57AGY_NIGQAZNsNdCAg-41" style="edgeLabel;html=1;align=center;verticalAlign=middle;resizable=0;points=[];" value="PWM" vertex="1">
+           <mxGeometry relative="1" x="0.9193" y="1" as="geometry">
+             <mxPoint as="offset" />
+           </mxGeometry>
+         </mxCell>
+         <mxCell id="-57AGY_NIGQAZNsNdCAg-43" connectable="0" parent="-57AGY_NIGQAZNsNdCAg-41" style="edgeLabel;html=1;align=center;verticalAlign=middle;resizable=0;points=[];" value="GPIO 7" vertex="1">
+           <mxGeometry relative="1" x="-0.934" as="geometry">
+             <mxPoint y="-11" as="offset" />
+           </mxGeometry>
+         </mxCell>
+         <mxCell id="JcPs1KeFLbjiR-1g2Z5X-11" parent="1" style="pointerEvents=1;shadow=0;dashed=0;html=1;strokeColor=none;fillColor=#4495D1;labelPosition=center;verticalLabelPosition=middle;verticalAlign=middle;align=center;outlineConnect=0;shape=mxgraph.veeam.cpu;gradientColor=none;" value="&lt;span style=&quot;color: rgb(255, 255, 255); font-family: Helvetica; font-size: 12px; font-style: normal; font-variant-ligatures: normal; font-variant-caps: normal; font-weight: 400; letter-spacing: normal; orphans: 2; text-align: center; text-indent: 0px; text-transform: none; widows: 2; word-spacing: 0px; -webkit-text-stroke-width: 0px; white-space: nowrap; background-color: rgb(27, 29, 30); text-decoration-thickness: initial; text-decoration-style: initial; text-decoration-color: initial; display: inline !important; float: none;&quot;&gt;ESP32-S3&lt;/span&gt;" vertex="1">
+           <mxGeometry height="110" width="114" x="267" y="350" as="geometry" />
        </mxCell>
      </root>
    </mxGraphModel>
  </diagram>
</mxfile>
